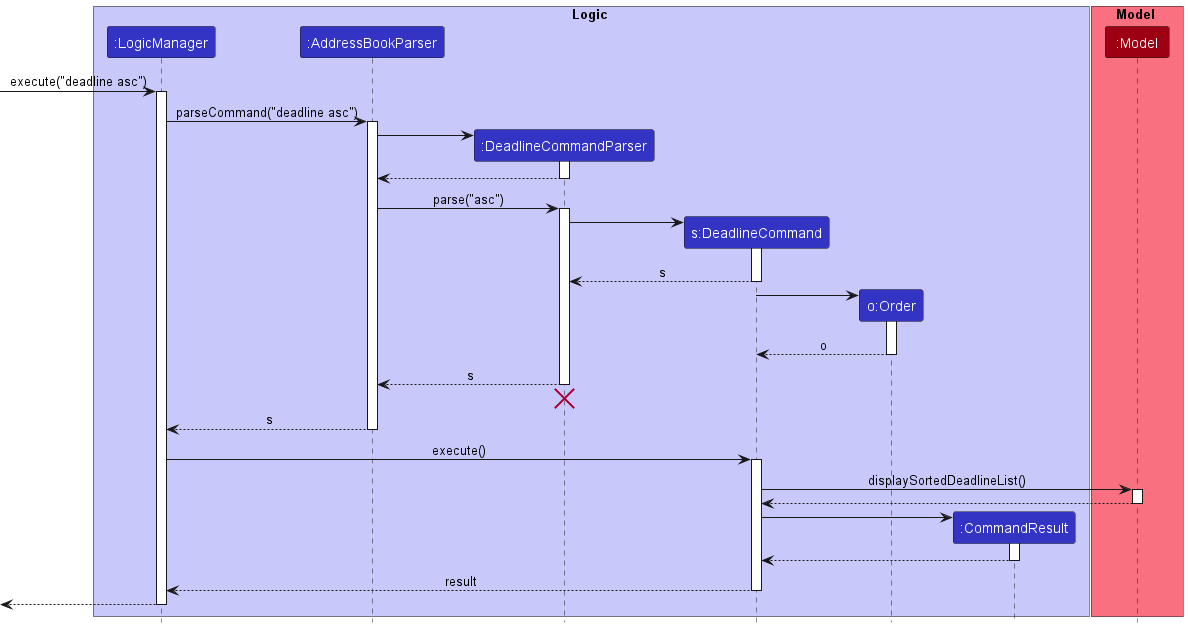
The PlantUML diagram docs/images/DeadlineCommandSequenceDiagram.png in nus-cs2103-AY2223S2/tp, before a commit.
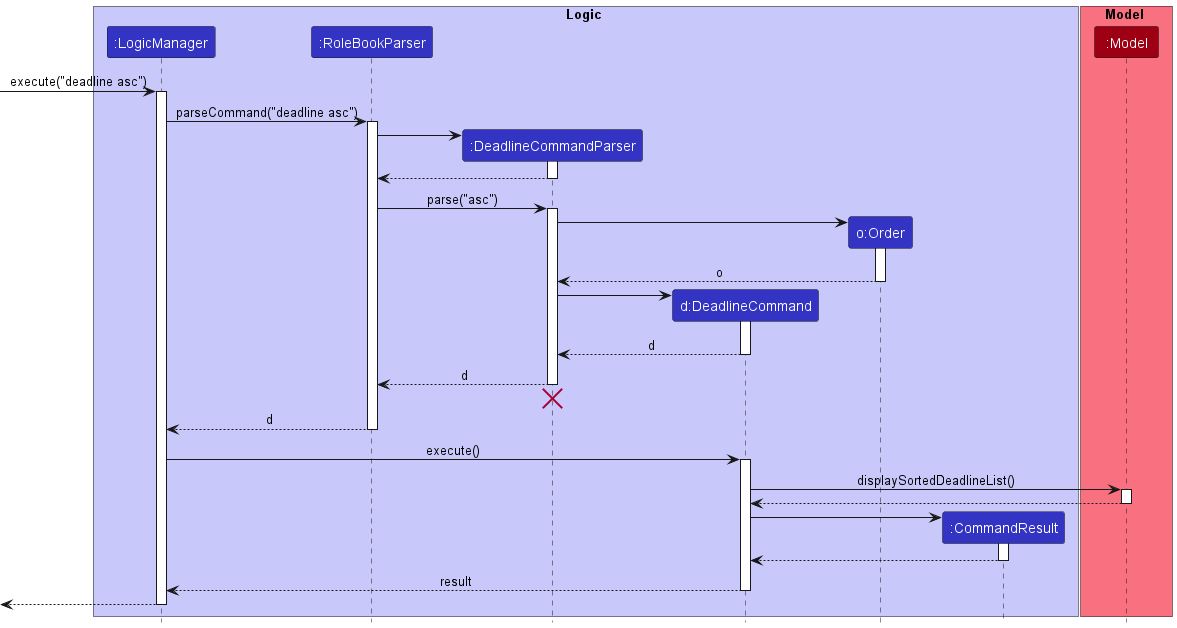
The same diagram one commit later.

Commit message:
Standardize sequence diagrams

The edit, as a diff of the source:
```diff
@@ -3,9 +3,9 @@
 
 box Logic LOGIC_COLOR_T1
 participant ":LogicManager" as LogicManager LOGIC_COLOR
-participant ":AddressBookParser" as AddressBookParser LOGIC_COLOR
+participant ":RoleBookParser" as RoleBookParser LOGIC_COLOR
 participant ":DeadlineCommandParser" as DeadlineCommandParser LOGIC_COLOR
-participant "s:DeadlineCommand" as DeadlineCommand LOGIC_COLOR
+participant "d:DeadlineCommand" as DeadlineCommand LOGIC_COLOR
 participant "o:Order" as Order LOGIC_COLOR
 participant ":CommandResult" as CommandResult LOGIC_COLOR
 end box
@@ -18,41 +18,41 @@
 [-> LogicManager : execute("deadline asc")
 activate LogicManager
 
-LogicManager -> AddressBookParser : parseCommand("deadline asc")
-activate AddressBookParser
+LogicManager -> RoleBookParser : parseCommand("deadline asc")
+activate RoleBookParser
 
 create DeadlineCommandParser
-AddressBookParser -> DeadlineCommandParser
+RoleBookParser -> DeadlineCommandParser
 activate DeadlineCommandParser
 
-DeadlineCommandParser --> AddressBookParser
+DeadlineCommandParser --> RoleBookParser
 deactivate DeadlineCommandParser
 
-AddressBookParser -> DeadlineCommandParser : parse("asc")
+RoleBookParser -> DeadlineCommandParser : parse("asc")
 activate DeadlineCommandParser
+
+create Order
+DeadlineCommandParser -> Order
+activate Order
+
+Order --> DeadlineCommandParser : o
+deactivate Order
 
 create DeadlineCommand
 DeadlineCommandParser -> DeadlineCommand
 activate DeadlineCommand
 
-DeadlineCommand --> DeadlineCommandParser : s
+DeadlineCommand --> DeadlineCommandParser : d
 deactivate DeadlineCommand
 
-create Order
-DeadlineCommand -> Order
-activate Order
 
-Order --> DeadlineCommand : o
-deactivate Order
-
-
-DeadlineCommandParser --> AddressBookParser : s
+DeadlineCommandParser --> RoleBookParser : d
 deactivate DeadlineCommandParser
-DeadlineCommandParser -[hidden]-> AddressBookParser
+DeadlineCommandParser -[hidden]-> RoleBookParser
 destroy DeadlineCommandParser
 
-AddressBookParser --> LogicManager : s
-deactivate AddressBookParser
+RoleBookParser --> LogicManager : d
+deactivate RoleBookParser
 
 
 LogicManager -> DeadlineCommand : execute()
```
